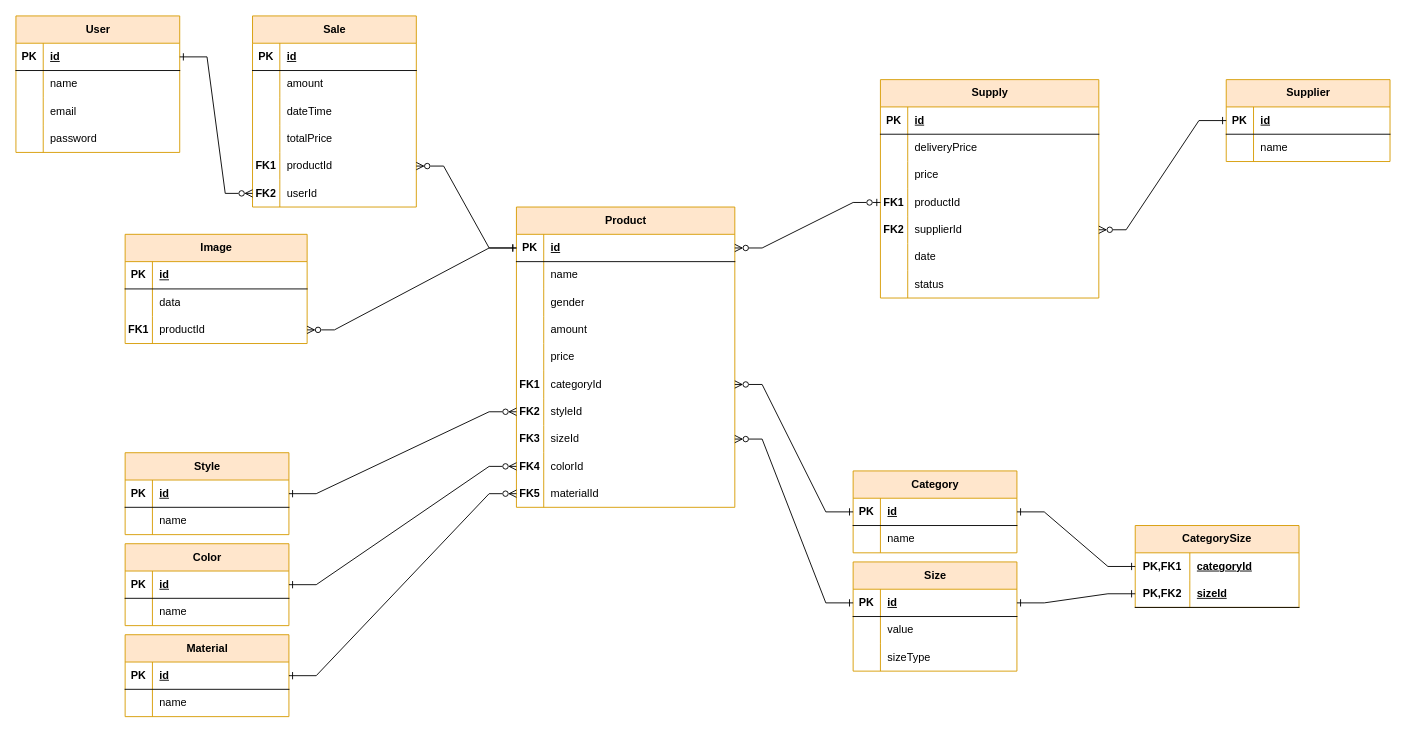
This is page "DER" (2 of 2) of docs/UML - Clothing Store.drawio from VitorPaulinoG/ClothingStore, a draw.io file, before an edit. Source tidied: cells renumbered, new cells numbered last; positions are measured from the earlier drawing's top-left corner, leaving out a move shared by most shapes. Both pictures are drawn from the tidied source at 91%, with x=0, y=0 at pixel (15, 15).
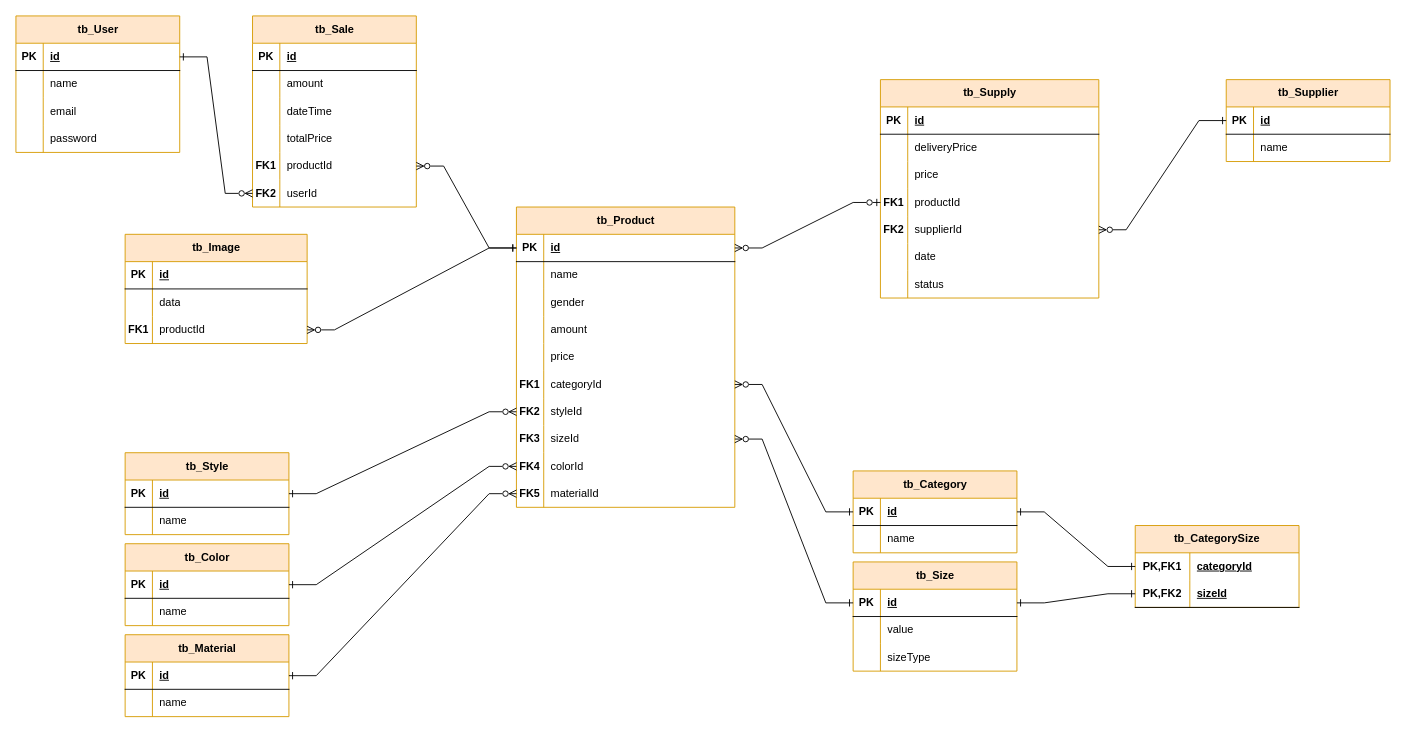
After the change.

Commit message:
Change? name of tables in the ERD with prefix \'tb_\'

Change to the diagram source:
```diff
@@
-    <mxCell id="2" value="Color" style="shape=table;startSize=30;childLayout=tableLayout;rowLines=0;fontStyle=1;align=center;html=1;fontFamily=Cascadia Code;fillColor=#ffe6cc;strokeColor=#d79b00;" parent="1" vertex="1">
+    <mxCell id="2" value="tb_Color" style="shape=table;startSize=30;childLayout=tableLayout;rowLines=0;fontStyle=1;align=center;html=1;fontFamily=Cascadia Code;fillColor=#ffe6cc;strokeColor=#d79b00;" parent="1" vertex="1">
       <mxGeometry x="120" y="580" width="180" height="90" as="geometry" />
     </mxCell>
@@
-    <mxCell id="9" value="Material" style="shape=table;startSize=30;childLayout=tableLayout;rowLines=0;fontStyle=1;align=center;html=1;fontFamily=Cascadia Code;fillColor=#ffe6cc;strokeColor=#d79b00;" parent="1" vertex="1">
+    <mxCell id="9" value="tb_Material" style="shape=table;startSize=30;childLayout=tableLayout;rowLines=0;fontStyle=1;align=center;html=1;fontFamily=Cascadia Code;fillColor=#ffe6cc;strokeColor=#d79b00;" parent="1" vertex="1">
       <mxGeometry x="120" y="680" width="180" height="90" as="geometry" />
     </mxCell>
@@
-    <mxCell id="16" value="Style" style="shape=table;startSize=30;childLayout=tableLayout;rowLines=0;fontStyle=1;align=center;html=1;fontFamily=Cascadia Code;fillColor=#ffe6cc;strokeColor=#d79b00;" parent="1" vertex="1">
+    <mxCell id="16" value="tb_Style" style="shape=table;startSize=30;childLayout=tableLayout;rowLines=0;fontStyle=1;align=center;html=1;fontFamily=Cascadia Code;fillColor=#ffe6cc;strokeColor=#d79b00;" parent="1" vertex="1">
       <mxGeometry x="120" y="480" width="180" height="90" as="geometry" />
     </mxCell>
@@
-    <mxCell id="23" value="Size" style="shape=table;startSize=30;childLayout=tableLayout;rowLines=0;fontStyle=1;align=center;html=1;fontFamily=Cascadia Code;fillColor=#ffe6cc;strokeColor=#d79b00;" parent="1" vertex="1">
+    <mxCell id="23" value="tb_Size" style="shape=table;startSize=30;childLayout=tableLayout;rowLines=0;fontStyle=1;align=center;html=1;fontFamily=Cascadia Code;fillColor=#ffe6cc;strokeColor=#d79b00;" parent="1" vertex="1">
       <mxGeometry x="920" y="600" width="180" height="120" as="geometry" />
     </mxCell>
@@
-    <mxCell id="33" value="User" style="shape=table;startSize=30;childLayout=tableLayout;rowLines=0;fontStyle=1;align=center;html=1;fontFamily=Cascadia Code;fillColor=#ffe6cc;strokeColor=#d79b00;" parent="1" vertex="1">
+    <mxCell id="33" value="tb_User" style="shape=table;startSize=30;childLayout=tableLayout;rowLines=0;fontStyle=1;align=center;html=1;fontFamily=Cascadia Code;fillColor=#ffe6cc;strokeColor=#d79b00;" parent="1" vertex="1">
       <mxGeometry width="180" height="150" as="geometry" />
     </mxCell>
@@
-    <mxCell id="46" value="&lt;div&gt;Supplier&lt;/div&gt;" style="shape=table;startSize=30;childLayout=tableLayout;rowLines=0;fontStyle=1;align=center;html=1;fontFamily=Cascadia Code;fillColor=#ffe6cc;strokeColor=#d79b00;" parent="1" vertex="1">
+    <mxCell id="46" value="&lt;div&gt;tb_Supplier&lt;/div&gt;" style="shape=table;startSize=30;childLayout=tableLayout;rowLines=0;fontStyle=1;align=center;html=1;fontFamily=Cascadia Code;fillColor=#ffe6cc;strokeColor=#d79b00;" parent="1" vertex="1">
       <mxGeometry x="1330" y="70" width="180" height="90" as="geometry" />
     </mxCell>
@@
-    <mxCell id="53" value="Category" style="shape=table;startSize=30;childLayout=tableLayout;rowLines=0;fontStyle=1;align=center;html=1;fontFamily=Cascadia Code;fillColor=#ffe6cc;strokeColor=#d79b00;" parent="1" vertex="1">
+    <mxCell id="53" value="tb_Category" style="shape=table;startSize=30;childLayout=tableLayout;rowLines=0;fontStyle=1;align=center;html=1;fontFamily=Cascadia Code;fillColor=#ffe6cc;strokeColor=#d79b00;" parent="1" vertex="1">
       <mxGeometry x="920" y="500" width="180" height="90" as="geometry" />
     </mxCell>
@@
-    <mxCell id="60" value="&lt;font face=&quot;Cascadia Code&quot;&gt;CategorySize&lt;/font&gt;" style="shape=table;startSize=30;childLayout=tableLayout;rowLines=0;fontStyle=1;align=center;html=1;whiteSpace=wrap;fillColor=#ffe6cc;strokeColor=#d79b00;" parent="1" vertex="1">
+    <mxCell id="60" value="tb_&lt;font face=&quot;Cascadia Code&quot;&gt;CategorySize&lt;/font&gt;" style="shape=table;startSize=30;childLayout=tableLayout;rowLines=0;fontStyle=1;align=center;html=1;whiteSpace=wrap;fillColor=#ffe6cc;strokeColor=#d79b00;" parent="1" vertex="1">
       <mxGeometry x="1230" y="560" width="180" height="90" as="geometry" />
     </mxCell>
@@
-    <mxCell id="67" value="Product" style="shape=table;startSize=30;childLayout=tableLayout;rowLines=0;fontStyle=1;align=center;html=1;fontFamily=Cascadia Code;fillColor=#ffe6cc;strokeColor=#d79b00;" parent="1" vertex="1">
+    <mxCell id="67" value="tb_Product" style="shape=table;startSize=30;childLayout=tableLayout;rowLines=0;fontStyle=1;align=center;html=1;fontFamily=Cascadia Code;fillColor=#ffe6cc;strokeColor=#d79b00;" parent="1" vertex="1">
       <mxGeometry x="550" y="210" width="240" height="330" as="geometry" />
     </mxCell>
@@
-    <mxCell id="98" value="Image" style="shape=table;startSize=30;childLayout=tableLayout;rowLines=0;fontStyle=1;align=center;html=1;fontFamily=Cascadia Code;fillColor=#ffe6cc;strokeColor=#d79b00;" parent="1" vertex="1">
+    <mxCell id="98" value="tb_Image" style="shape=table;startSize=30;childLayout=tableLayout;rowLines=0;fontStyle=1;align=center;html=1;fontFamily=Cascadia Code;fillColor=#ffe6cc;strokeColor=#d79b00;" parent="1" vertex="1">
       <mxGeometry x="120" y="240" width="200" height="120" as="geometry" />
     </mxCell>
@@
-    <mxCell id="108" value="Sale" style="shape=table;startSize=30;childLayout=tableLayout;rowLines=0;fontStyle=1;align=center;html=1;fontFamily=Cascadia Code;fillColor=#ffe6cc;strokeColor=#d79b00;" parent="1" vertex="1">
+    <mxCell id="108" value="tb_Sale" style="shape=table;startSize=30;childLayout=tableLayout;rowLines=0;fontStyle=1;align=center;html=1;fontFamily=Cascadia Code;fillColor=#ffe6cc;strokeColor=#d79b00;" parent="1" vertex="1">
       <mxGeometry x="260" width="180" height="210" as="geometry" />
     </mxCell>
@@
-    <mxCell id="127" value="Supply" style="shape=table;startSize=30;childLayout=tableLayout;rowLines=0;fontStyle=1;align=center;html=1;fontFamily=Cascadia Code;fillColor=#ffe6cc;strokeColor=#d79b00;" parent="1" vertex="1">
+    <mxCell id="127" value="tb_Supply" style="shape=table;startSize=30;childLayout=tableLayout;rowLines=0;fontStyle=1;align=center;html=1;fontFamily=Cascadia Code;fillColor=#ffe6cc;strokeColor=#d79b00;" parent="1" vertex="1">
       <mxGeometry x="950" y="70" width="240" height="240" as="geometry" />
     </mxCell>
```
